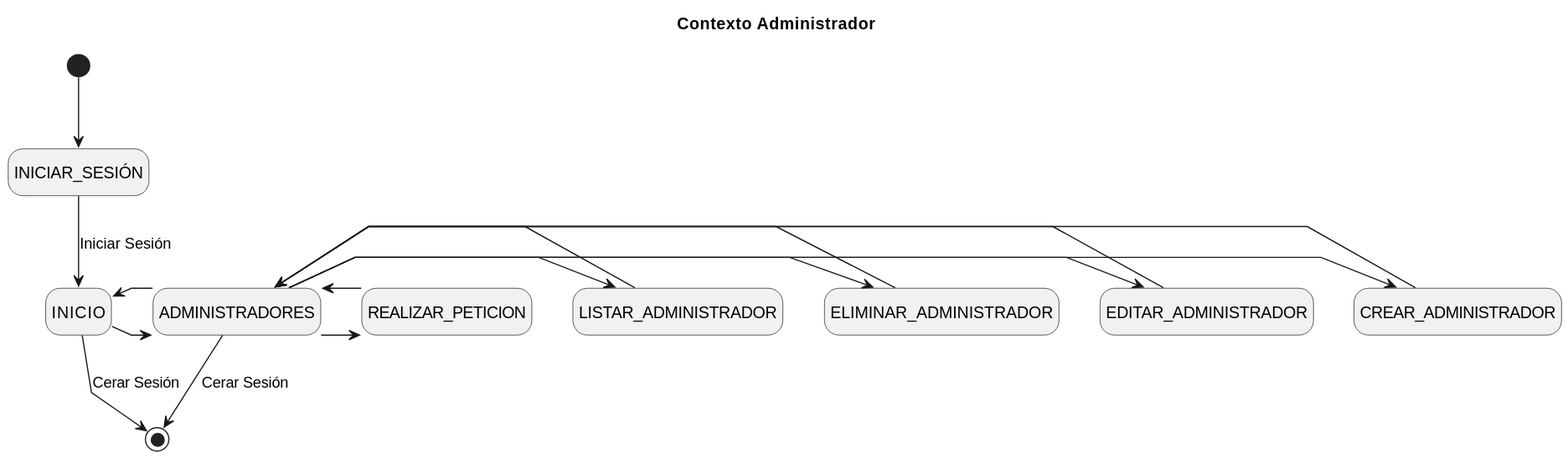
Earlier version of the PlantUML export Caso_de_Uso/Contexto/Administrador/Gestión_Administradores/Contexto.svg (mmasias/23-24-IdSw1-SDR). Source of this version:
```plantuml
@startuml Contexto
title Contexto Administrador

skinparam {
    NoteBackgroundColor #whiteSmoke
    NoteBorderColor #green
    linetype polyline
}

hide empty description

[*] --> INICIAR_SESIÓN
INICIAR_SESIÓN --> INICIO : Iniciar Sesión

INICIO -> ADMINISTRADORES
INICIO <- ADMINISTRADORES

ADMINISTRADORES -> CREAR_ADMINISTRADOR
ADMINISTRADORES <- CREAR_ADMINISTRADOR
ADMINISTRADORES -> EDITAR_ADMINISTRADOR
ADMINISTRADORES <- EDITAR_ADMINISTRADOR
ADMINISTRADORES -> ELIMINAR_ADMINISTRADOR
ADMINISTRADORES <- ELIMINAR_ADMINISTRADOR
ADMINISTRADORES -> LISTAR_ADMINISTRADOR
ADMINISTRADORES <- LISTAR_ADMINISTRADOR
ADMINISTRADORES -> REALIZAR_PETICION
ADMINISTRADORES <- REALIZAR_PETICION

INICIO --> [*] : Cerar Sesión
ADMINISTRADORES --> [*] : Cerar Sesión


@enduml
```
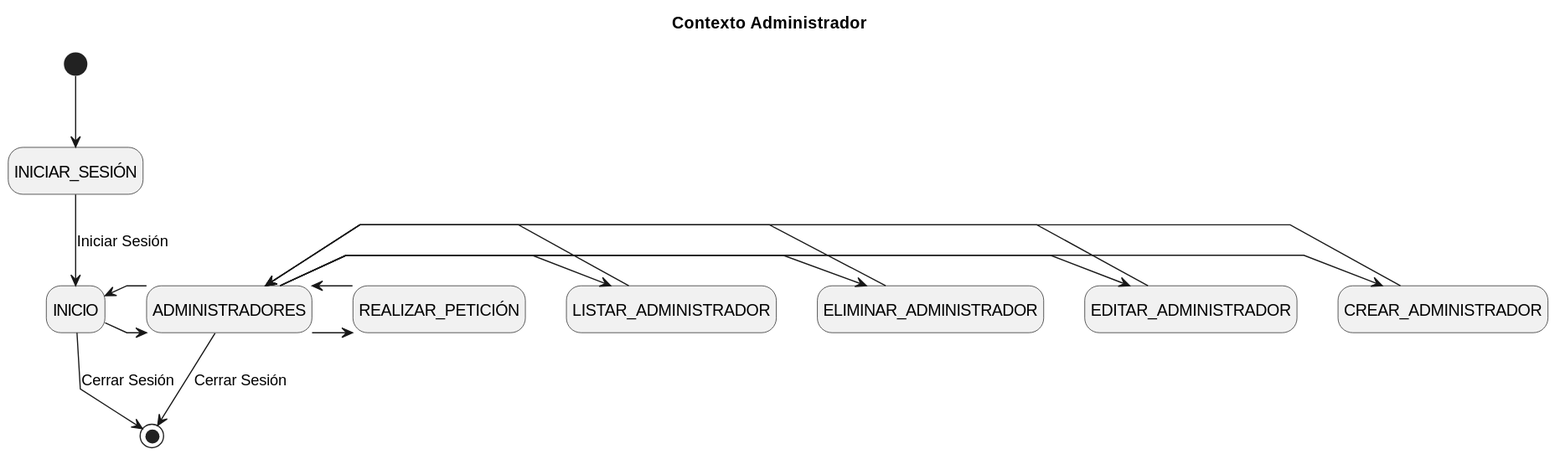
After the commit.

Diff of the diagram source:
```diff
@@ -23,11 +23,11 @@
 ADMINISTRADORES <- ELIMINAR_ADMINISTRADOR
 ADMINISTRADORES -> LISTAR_ADMINISTRADOR
 ADMINISTRADORES <- LISTAR_ADMINISTRADOR
-ADMINISTRADORES -> REALIZAR_PETICION
-ADMINISTRADORES <- REALIZAR_PETICION
+ADMINISTRADORES -> REALIZAR_PETICIÓN
+ADMINISTRADORES <- REALIZAR_PETICIÓN
 
-INICIO --> [*] : Cerar Sesión
-ADMINISTRADORES --> [*] : Cerar Sesión
+INICIO --> [*] : Cerrar Sesión
+ADMINISTRADORES --> [*] : Cerrar Sesión
 
 
 @enduml
```
